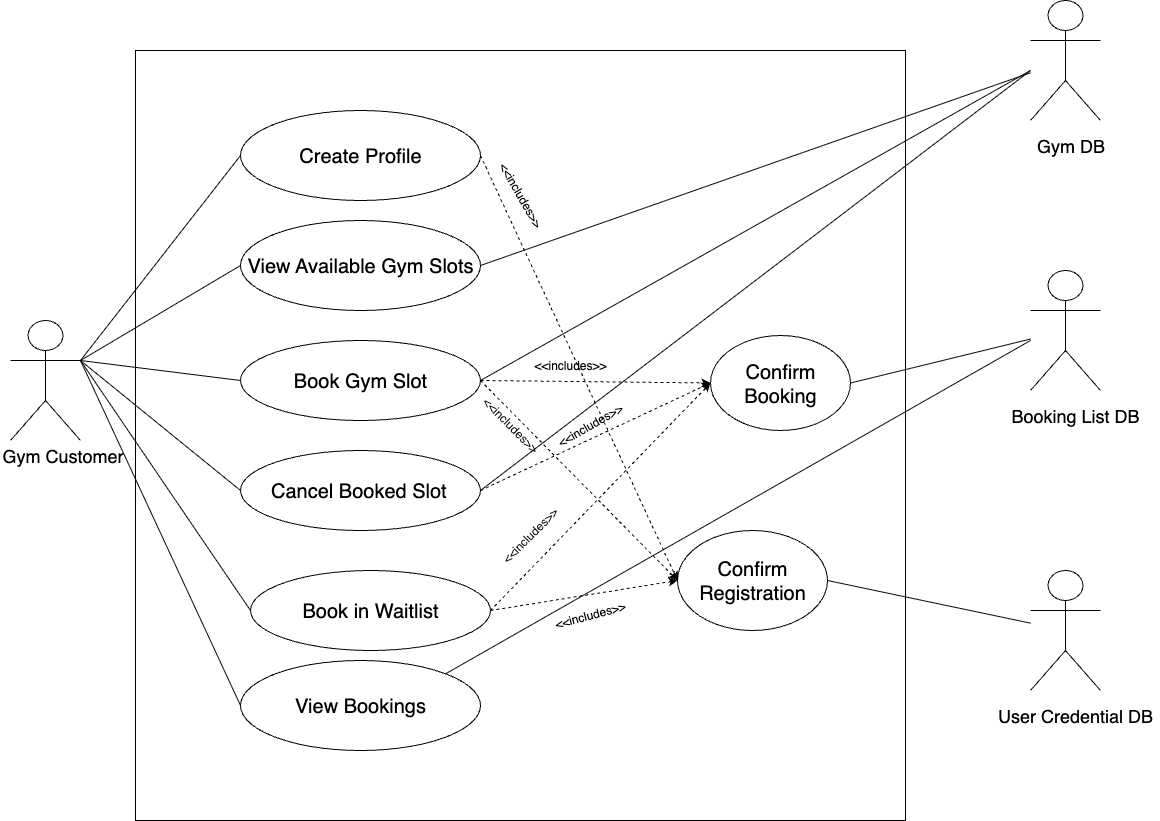
The draw.io diagram UML_ARTIFACTS/FLIPFIT-USE-CASE-DIAGRAMS/USER USE CASE.png in Wazir-h/JEDI-FLIPKART-GROUP-A, before a commit. Source tidied: cells renumbered, new cells last; positions are measured from the earlier drawing's top-left corner, leaving out a move shared by most shapes. Source of this version:
```xml
<mxGraphModel>
  <root>
    <mxCell id="0" />
    <mxCell id="1" parent="0" />
    <mxCell id="2" value="Actor" style="shape=umlActor;verticalLabelPosition=bottom;verticalAlign=top;html=1;outlineConnect=0;" parent="1" vertex="1">
      <mxGeometry x="10" y="320" width="70" height="120" as="geometry" />
    </mxCell>
    <mxCell id="3" style="whiteSpace=wrap;html=1;" parent="1" vertex="1">
      <mxGeometry x="135" y="50" width="770" height="770" as="geometry" />
    </mxCell>
    <mxCell id="4" value="&lt;font style=&quot;font-size: 20px;&quot;&gt;Create Profile&lt;/font&gt;" style="ellipse;whiteSpace=wrap;html=1;" parent="1" vertex="1">
      <mxGeometry x="240" y="110" width="240" height="90" as="geometry" />
    </mxCell>
    <mxCell id="5" value="&lt;font style=&quot;font-size: 20px;&quot;&gt;View Available Gym Slots&lt;/font&gt;" style="ellipse;whiteSpace=wrap;html=1;" parent="1" vertex="1">
      <mxGeometry x="240" y="220" width="240" height="90" as="geometry" />
    </mxCell>
    <mxCell id="6" value="&lt;font style=&quot;font-size: 20px;&quot;&gt;Book Gym Slot&lt;/font&gt;" style="ellipse;whiteSpace=wrap;html=1;" parent="1" vertex="1">
      <mxGeometry x="240" y="340" width="240" height="80" as="geometry" />
    </mxCell>
    <mxCell id="7" value="&lt;font style=&quot;font-size: 20px;&quot;&gt;Cancel Booked Slot&lt;/font&gt;&amp;nbsp;" style="ellipse;whiteSpace=wrap;html=1;" parent="1" vertex="1">
      <mxGeometry x="240" y="450" width="240" height="80" as="geometry" />
    </mxCell>
    <mxCell id="8" value="&lt;font style=&quot;font-size: 18px;&quot;&gt;Gym Customer&lt;/font&gt;" style="rounded=1;whiteSpace=wrap;html=1;strokeColor=none;" parent="1" vertex="1">
      <mxGeometry y="440" width="125" height="30" as="geometry" />
    </mxCell>
    <mxCell id="9" style="endArrow=none;html=1;rounded=0;entryX=0;entryY=0.5;entryDx=0;entryDy=0;" parent="1" edge="1" target="4">
      <mxGeometry relative="1" as="geometry">
        <mxPoint x="80" y="360" as="sourcePoint" />
      </mxGeometry>
    </mxCell>
    <mxCell id="10" style="endArrow=none;html=1;rounded=0;entryX=0;entryY=0.5;entryDx=0;entryDy=0;" parent="1" edge="1" target="5">
      <mxGeometry relative="1" as="geometry">
        <mxPoint x="80" y="360" as="sourcePoint" />
      </mxGeometry>
    </mxCell>
    <mxCell id="11" style="endArrow=none;html=1;rounded=0;exitX=1;exitY=0.3333333333333333;exitDx=0;exitDy=0;exitPerimeter=0;entryX=0;entryY=0.5;entryDx=0;entryDy=0;" parent="1" edge="1" source="2" target="6">
      <mxGeometry relative="1" as="geometry" />
    </mxCell>
    <mxCell id="12" style="endArrow=none;html=1;rounded=0;exitX=1;exitY=0.3333333333333333;exitDx=0;exitDy=0;exitPerimeter=0;entryX=0;entryY=0.5;entryDx=0;entryDy=0;" parent="1" edge="1" source="2" target="7">
      <mxGeometry relative="1" as="geometry" />
    </mxCell>
    <mxCell id="13" value="Actor" style="shape=umlActor;verticalLabelPosition=bottom;verticalAlign=top;html=1;outlineConnect=0;" parent="1" vertex="1">
      <mxGeometry x="1030" width="70" height="120" as="geometry" />
    </mxCell>
    <mxCell id="14" value="Actor" style="shape=umlActor;verticalLabelPosition=bottom;verticalAlign=top;html=1;outlineConnect=0;" parent="1" vertex="1">
      <mxGeometry x="1030" y="270" width="70" height="120" as="geometry" />
    </mxCell>
    <mxCell id="15" value="Actor" style="shape=umlActor;verticalLabelPosition=bottom;verticalAlign=top;html=1;outlineConnect=0;" parent="1" vertex="1">
      <mxGeometry x="1030" y="570" width="70" height="120" as="geometry" />
    </mxCell>
    <mxCell id="16" value="&lt;font style=&quot;font-size: 18px;&quot;&gt;Gym DB&lt;/font&gt;" style="rounded=1;whiteSpace=wrap;html=1;strokeColor=none;" parent="1" vertex="1">
      <mxGeometry x="1007.5" y="120" width="125" height="50" as="geometry" />
    </mxCell>
    <mxCell id="17" value="&lt;span style=&quot;font-size: 18px;&quot;&gt;Booking List DB&lt;/span&gt;" style="rounded=1;whiteSpace=wrap;html=1;strokeColor=none;" parent="1" vertex="1">
      <mxGeometry x="990" y="390" width="170" height="50" as="geometry" />
    </mxCell>
    <mxCell id="18" value="&lt;span style=&quot;font-size: 18px;&quot;&gt;User Credential DB&lt;/span&gt;" style="rounded=1;whiteSpace=wrap;html=1;strokeColor=none;" parent="1" vertex="1">
      <mxGeometry x="990" y="690" width="170" height="50" as="geometry" />
    </mxCell>
    <mxCell id="19" value="&lt;span style=&quot;font-size: 20px;&quot;&gt;Book in Waitlist&lt;/span&gt;" style="ellipse;whiteSpace=wrap;html=1;" parent="1" vertex="1">
      <mxGeometry x="250" y="570" width="240" height="80" as="geometry" />
    </mxCell>
    <mxCell id="20" style="endArrow=none;html=1;rounded=0;exitX=1;exitY=0.3333333333333333;exitDx=0;exitDy=0;exitPerimeter=0;entryX=0;entryY=0.5;entryDx=0;entryDy=0;" parent="1" edge="1" source="2" target="19">
      <mxGeometry relative="1" as="geometry" />
    </mxCell>
    <mxCell id="21" style="endArrow=none;html=1;rounded=0;entryX=1;entryY=0.5;entryDx=0;entryDy=0;" parent="1" edge="1" target="7">
      <mxGeometry relative="1" as="geometry">
        <mxPoint x="1030" y="70" as="sourcePoint" />
      </mxGeometry>
    </mxCell>
    <mxCell id="22" style="endArrow=none;html=1;rounded=0;entryX=1;entryY=0.5;entryDx=0;entryDy=0;" parent="1" edge="1" source="13" target="5">
      <mxGeometry relative="1" as="geometry" />
    </mxCell>
    <mxCell id="23" style="endArrow=none;html=1;rounded=0;entryX=1;entryY=0.5;entryDx=0;entryDy=0;" parent="1" edge="1" target="6">
      <mxGeometry relative="1" as="geometry">
        <mxPoint x="1030" y="70" as="sourcePoint" />
      </mxGeometry>
    </mxCell>
    <mxCell id="24" style="endArrow=none;html=1;rounded=0;exitX=1;exitY=0.5;exitDx=0;exitDy=0;" parent="1" edge="1" source="25" target="14">
      <mxGeometry relative="1" as="geometry" />
    </mxCell>
    <mxCell id="25" value="&lt;font style=&quot;font-size: 20px;&quot;&gt;Confirm Booking&lt;/font&gt;" style="ellipse;whiteSpace=wrap;html=1;" parent="1" vertex="1">
      <mxGeometry x="710" y="335" width="140" height="95" as="geometry" />
    </mxCell>
    <mxCell id="26" style="endArrow=classic;html=1;rounded=0;exitX=1;exitY=0.5;exitDx=0;exitDy=0;entryX=0;entryY=0.5;entryDx=0;entryDy=0;dashed=1;" parent="1" edge="1" source="19" target="25">
      <mxGeometry relative="1" as="geometry" />
    </mxCell>
    <mxCell id="27" style="endArrow=classic;html=1;rounded=0;exitX=1;exitY=0.5;exitDx=0;exitDy=0;entryX=0;entryY=0.5;entryDx=0;entryDy=0;dashed=1;" parent="1" edge="1" source="6" target="25">
      <mxGeometry relative="1" as="geometry" />
    </mxCell>
    <mxCell id="28" style="endArrow=classic;html=1;rounded=0;exitX=1;exitY=0.5;exitDx=0;exitDy=0;entryX=0;entryY=0.5;entryDx=0;entryDy=0;dashed=1;" parent="1" edge="1" source="7" target="25">
      <mxGeometry relative="1" as="geometry" />
    </mxCell>
    <mxCell id="29" value="&amp;lt;&amp;lt;includes&amp;gt;&amp;gt;" style="text;html=1;align=center;verticalAlign=middle;whiteSpace=wrap;rounded=0;rotation=-30;" parent="1" vertex="1">
      <mxGeometry x="550" y="410" width="80" height="30" as="geometry" />
    </mxCell>
    <mxCell id="30" value="&amp;lt;&amp;lt;includes&amp;gt;&amp;gt;" style="text;html=1;align=center;verticalAlign=middle;whiteSpace=wrap;rounded=0;rotation=-45;" parent="1" vertex="1">
      <mxGeometry x="490" y="520" width="80" height="30" as="geometry" />
    </mxCell>
    <mxCell id="31" value="&amp;lt;&amp;lt;includes&amp;gt;&amp;gt;" style="text;html=1;align=center;verticalAlign=middle;whiteSpace=wrap;rounded=0;rotation=0;" parent="1" vertex="1">
      <mxGeometry x="530" y="350" width="80" height="30" as="geometry" />
    </mxCell>
    <mxCell id="32" value="&lt;font style=&quot;font-size: 20px;&quot;&gt;Confirm Registration&lt;/font&gt;" style="ellipse;whiteSpace=wrap;html=1;" parent="1" vertex="1">
      <mxGeometry x="677" y="530" width="150" height="100" as="geometry" />
    </mxCell>
    <mxCell id="33" style="endArrow=classic;html=1;rounded=0;exitX=1;exitY=0.5;exitDx=0;exitDy=0;entryX=0;entryY=0.5;entryDx=0;entryDy=0;dashed=1;" parent="1" edge="1" source="4" target="32">
      <mxGeometry relative="1" as="geometry" />
    </mxCell>
    <mxCell id="34" style="endArrow=classic;html=1;rounded=0;exitX=1;exitY=0.5;exitDx=0;exitDy=0;entryX=0;entryY=0.5;entryDx=0;entryDy=0;dashed=1;" parent="1" edge="1" source="6" target="32">
      <mxGeometry relative="1" as="geometry" />
    </mxCell>
    <mxCell id="35" style="endArrow=classic;html=1;rounded=0;exitX=1;exitY=0.5;exitDx=0;exitDy=0;entryX=0;entryY=0.5;entryDx=0;entryDy=0;dashed=1;" parent="1" edge="1" source="19" target="32">
      <mxGeometry relative="1" as="geometry" />
    </mxCell>
    <mxCell id="36" value="&amp;lt;&amp;lt;includes&amp;gt;&amp;gt;" style="text;html=1;align=center;verticalAlign=middle;whiteSpace=wrap;rounded=0;rotation=-15;" parent="1" vertex="1">
      <mxGeometry x="550" y="600" width="80" height="30" as="geometry" />
    </mxCell>
    <mxCell id="37" value="&amp;lt;&amp;lt;includes&amp;gt;&amp;gt;" style="text;html=1;align=center;verticalAlign=middle;whiteSpace=wrap;rounded=0;rotation=60;" parent="1" vertex="1">
      <mxGeometry x="480" y="180" width="80" height="30" as="geometry" />
    </mxCell>
    <mxCell id="38" value="&amp;lt;&amp;lt;includes&amp;gt;&amp;gt;" style="text;html=1;align=center;verticalAlign=middle;whiteSpace=wrap;rounded=0;rotation=45;" parent="1" vertex="1">
      <mxGeometry x="470" y="410" width="80" height="30" as="geometry" />
    </mxCell>
    <mxCell id="39" style="endArrow=none;html=1;rounded=0;exitX=1;exitY=0.5;exitDx=0;exitDy=0;" parent="1" edge="1" source="32" target="15">
      <mxGeometry relative="1" as="geometry" />
    </mxCell>
    <mxCell id="40" value="&lt;font style=&quot;font-size: 20px;&quot;&gt;View Bookings&lt;/font&gt;" style="ellipse;whiteSpace=wrap;html=1;" parent="1" vertex="1">
      <mxGeometry x="240" y="660" width="240" height="90" as="geometry" />
    </mxCell>
    <mxCell id="41" style="endArrow=none;html=1;rounded=0;exitX=1;exitY=0.3333333333333333;exitDx=0;exitDy=0;exitPerimeter=0;entryX=0;entryY=0.5;entryDx=0;entryDy=0;" parent="1" edge="1" source="2" target="40">
      <mxGeometry relative="1" as="geometry" />
    </mxCell>
    <mxCell id="42" style="endArrow=none;html=1;rounded=0;exitX=1;exitY=0;exitDx=0;exitDy=0;" parent="1" edge="1" source="40">
      <mxGeometry relative="1" as="geometry">
        <mxPoint x="1030" y="340" as="targetPoint" />
      </mxGeometry>
    </mxCell>
  </root>
</mxGraphModel>
```
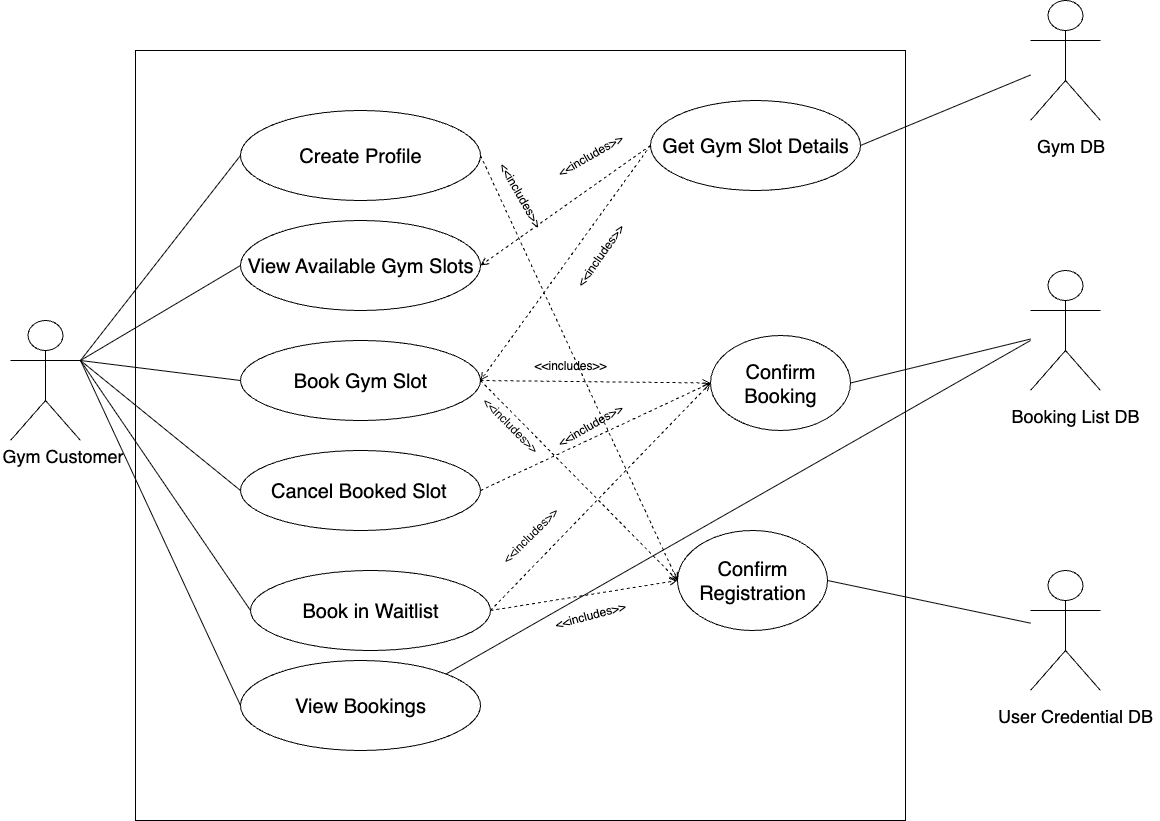
After the commit.

Change to the diagram source:
```diff
@@ -63,18 +63,8 @@
     <mxCell id="20" style="endArrow=none;html=1;rounded=0;exitX=1;exitY=0.3333333333333333;exitDx=0;exitDy=0;exitPerimeter=0;entryX=0;entryY=0.5;entryDx=0;entryDy=0;" parent="1" edge="1" source="2" target="19">
       <mxGeometry relative="1" as="geometry" />
     </mxCell>
-    <mxCell id="21" style="endArrow=none;html=1;rounded=0;entryX=1;entryY=0.5;entryDx=0;entryDy=0;" parent="1" edge="1" target="7">
-      <mxGeometry relative="1" as="geometry">
-        <mxPoint x="1030" y="70" as="sourcePoint" />
-      </mxGeometry>
-    </mxCell>
-    <mxCell id="22" style="endArrow=none;html=1;rounded=0;entryX=1;entryY=0.5;entryDx=0;entryDy=0;" parent="1" edge="1" source="13" target="5">
-      <mxGeometry relative="1" as="geometry" />
-    </mxCell>
-    <mxCell id="23" style="endArrow=none;html=1;rounded=0;entryX=1;entryY=0.5;entryDx=0;entryDy=0;" parent="1" edge="1" target="6">
-      <mxGeometry relative="1" as="geometry">
-        <mxPoint x="1030" y="70" as="sourcePoint" />
-      </mxGeometry>
+    <mxCell id="23" style="endArrow=none;html=1;rounded=0;entryX=1;entryY=0.5;entryDx=0;entryDy=0;" parent="1" edge="1" source="13" target="43">
+      <mxGeometry relative="1" as="geometry" />
     </mxCell>
     <mxCell id="24" style="endArrow=none;html=1;rounded=0;exitX=1;exitY=0.5;exitDx=0;exitDy=0;" parent="1" edge="1" source="25" target="14">
       <mxGeometry relative="1" as="geometry" />
@@ -82,13 +72,13 @@
     <mxCell id="25" value="&lt;font style=&quot;font-size: 20px;&quot;&gt;Confirm Booking&lt;/font&gt;" style="ellipse;whiteSpace=wrap;html=1;" parent="1" vertex="1">
       <mxGeometry x="710" y="335" width="140" height="95" as="geometry" />
     </mxCell>
-    <mxCell id="26" style="endArrow=classic;html=1;rounded=0;exitX=1;exitY=0.5;exitDx=0;exitDy=0;entryX=0;entryY=0.5;entryDx=0;entryDy=0;dashed=1;" parent="1" edge="1" source="19" target="25">
+    <mxCell id="26" style="endArrow=open;html=1;rounded=0;exitX=1;exitY=0.5;exitDx=0;exitDy=0;entryX=0;entryY=0.5;entryDx=0;entryDy=0;dashed=1;endFill=0;" parent="1" edge="1" source="19" target="25">
       <mxGeometry relative="1" as="geometry" />
     </mxCell>
-    <mxCell id="27" style="endArrow=classic;html=1;rounded=0;exitX=1;exitY=0.5;exitDx=0;exitDy=0;entryX=0;entryY=0.5;entryDx=0;entryDy=0;dashed=1;" parent="1" edge="1" source="6" target="25">
+    <mxCell id="27" style="endArrow=open;html=1;rounded=0;exitX=1;exitY=0.5;exitDx=0;exitDy=0;entryX=0;entryY=0.5;entryDx=0;entryDy=0;dashed=1;endFill=0;" parent="1" edge="1" source="6" target="25">
       <mxGeometry relative="1" as="geometry" />
     </mxCell>
-    <mxCell id="28" style="endArrow=classic;html=1;rounded=0;exitX=1;exitY=0.5;exitDx=0;exitDy=0;entryX=0;entryY=0.5;entryDx=0;entryDy=0;dashed=1;" parent="1" edge="1" source="7" target="25">
+    <mxCell id="28" style="endArrow=open;html=1;rounded=0;exitX=1;exitY=0.5;exitDx=0;exitDy=0;entryX=0;entryY=0.5;entryDx=0;entryDy=0;dashed=1;endFill=0;" parent="1" edge="1" source="7" target="25">
       <mxGeometry relative="1" as="geometry" />
     </mxCell>
     <mxCell id="29" value="&amp;lt;&amp;lt;includes&amp;gt;&amp;gt;" style="text;html=1;align=center;verticalAlign=middle;whiteSpace=wrap;rounded=0;rotation=-30;" parent="1" vertex="1">
@@ -103,13 +93,13 @@
     <mxCell id="32" value="&lt;font style=&quot;font-size: 20px;&quot;&gt;Confirm Registration&lt;/font&gt;" style="ellipse;whiteSpace=wrap;html=1;" parent="1" vertex="1">
       <mxGeometry x="677" y="530" width="150" height="100" as="geometry" />
     </mxCell>
-    <mxCell id="33" style="endArrow=classic;html=1;rounded=0;exitX=1;exitY=0.5;exitDx=0;exitDy=0;entryX=0;entryY=0.5;entryDx=0;entryDy=0;dashed=1;" parent="1" edge="1" source="4" target="32">
+    <mxCell id="33" style="endArrow=open;html=1;rounded=0;exitX=1;exitY=0.5;exitDx=0;exitDy=0;entryX=0;entryY=0.5;entryDx=0;entryDy=0;dashed=1;endFill=0;" parent="1" edge="1" source="4" target="32">
       <mxGeometry relative="1" as="geometry" />
     </mxCell>
-    <mxCell id="34" style="endArrow=classic;html=1;rounded=0;exitX=1;exitY=0.5;exitDx=0;exitDy=0;entryX=0;entryY=0.5;entryDx=0;entryDy=0;dashed=1;" parent="1" edge="1" source="6" target="32">
+    <mxCell id="34" style="endArrow=open;html=1;rounded=0;exitX=1;exitY=0.5;exitDx=0;exitDy=0;entryX=0;entryY=0.5;entryDx=0;entryDy=0;dashed=1;endFill=0;" parent="1" edge="1" source="6" target="32">
       <mxGeometry relative="1" as="geometry" />
     </mxCell>
-    <mxCell id="35" style="endArrow=classic;html=1;rounded=0;exitX=1;exitY=0.5;exitDx=0;exitDy=0;entryX=0;entryY=0.5;entryDx=0;entryDy=0;dashed=1;" parent="1" edge="1" source="19" target="32">
+    <mxCell id="35" style="endArrow=open;html=1;rounded=0;exitX=1;exitY=0.5;exitDx=0;exitDy=0;entryX=0;entryY=0.5;entryDx=0;entryDy=0;dashed=1;endFill=0;" parent="1" edge="1" source="19" target="32">
       <mxGeometry relative="1" as="geometry" />
     </mxCell>
     <mxCell id="36" value="&amp;lt;&amp;lt;includes&amp;gt;&amp;gt;" style="text;html=1;align=center;verticalAlign=middle;whiteSpace=wrap;rounded=0;rotation=-15;" parent="1" vertex="1">
@@ -135,5 +125,20 @@
         <mxPoint x="1030" y="340" as="targetPoint" />
       </mxGeometry>
     </mxCell>
+    <mxCell id="43" value="&lt;font style=&quot;font-size: 20px;&quot;&gt;Get Gym Slot Details&lt;/font&gt;" style="ellipse;whiteSpace=wrap;html=1;" parent="1" vertex="1">
+      <mxGeometry x="650" y="100" width="210" height="90" as="geometry" />
+    </mxCell>
+    <mxCell id="44" style="endArrow=open;html=1;rounded=0;entryX=1;entryY=0.5;entryDx=0;entryDy=0;dashed=1;endFill=0;exitX=0;exitY=0.5;exitDx=0;exitDy=0;" parent="1" edge="1" source="43" target="5">
+      <mxGeometry relative="1" as="geometry" />
+    </mxCell>
+    <mxCell id="45" style="endArrow=open;html=1;rounded=0;exitX=0;exitY=0.5;exitDx=0;exitDy=0;entryX=1;entryY=0.5;entryDx=0;entryDy=0;dashed=1;endFill=0;" parent="1" edge="1" source="43" target="6">
+      <mxGeometry relative="1" as="geometry" />
+    </mxCell>
+    <mxCell id="46" value="&amp;lt;&amp;lt;includes&amp;gt;&amp;gt;" style="text;html=1;align=center;verticalAlign=middle;whiteSpace=wrap;rounded=0;rotation=-30;" parent="1" vertex="1">
+      <mxGeometry x="550" y="140" width="80" height="30" as="geometry" />
+    </mxCell>
+    <mxCell id="47" value="&amp;lt;&amp;lt;includes&amp;gt;&amp;gt;" style="text;html=1;align=center;verticalAlign=middle;whiteSpace=wrap;rounded=0;rotation=-55;" parent="1" vertex="1">
+      <mxGeometry x="560" y="240" width="80" height="30" as="geometry" />
+    </mxCell>
   </root>
 </mxGraphModel>
```
